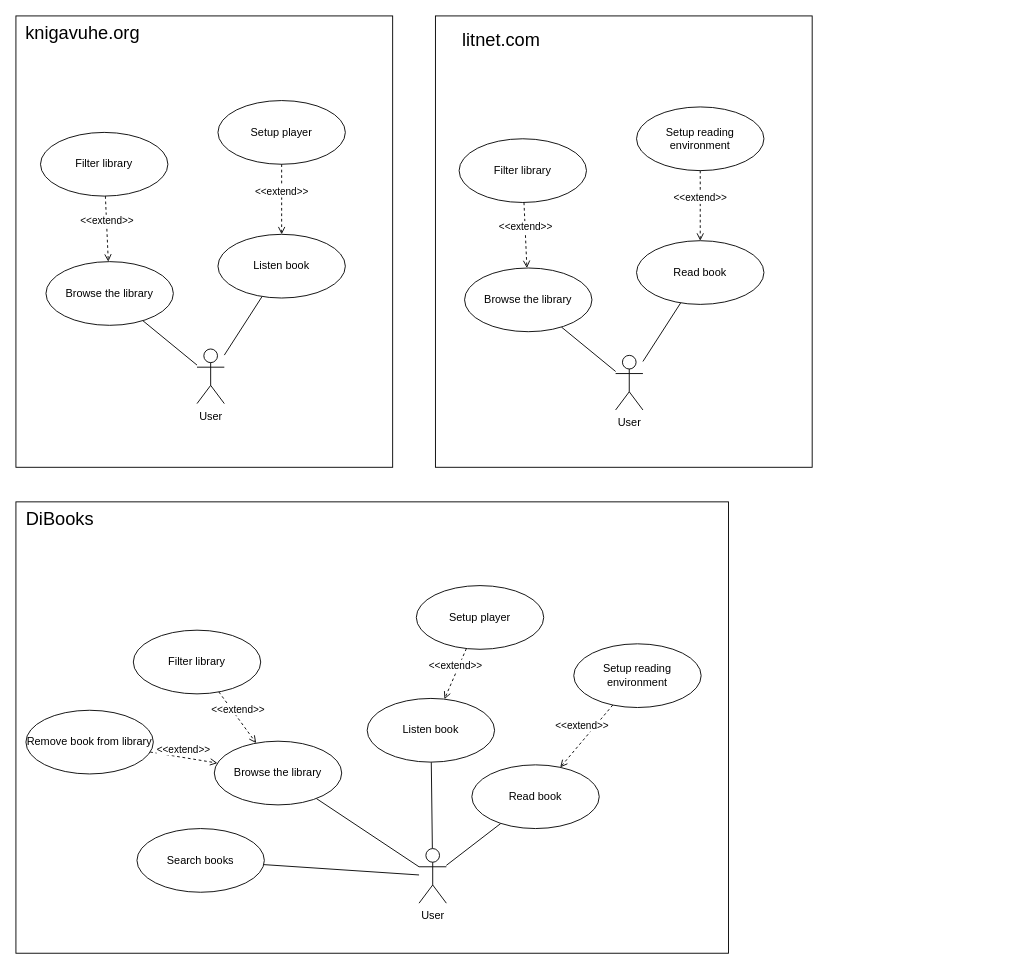
This is page "UseCases" (1 of 10) of lab4/lab4.drawio from YuumiEnjoyer/OOAP, a draw.io file, before an edit. Source tidied: cells renumbered, new cells numbered last; positions are measured from the earlier drawing's top-left corner, leaving out a move shared by most shapes. Both pictures are drawn from the tidied source at 91%, with x=0, y=0 at pixel (15, 15).
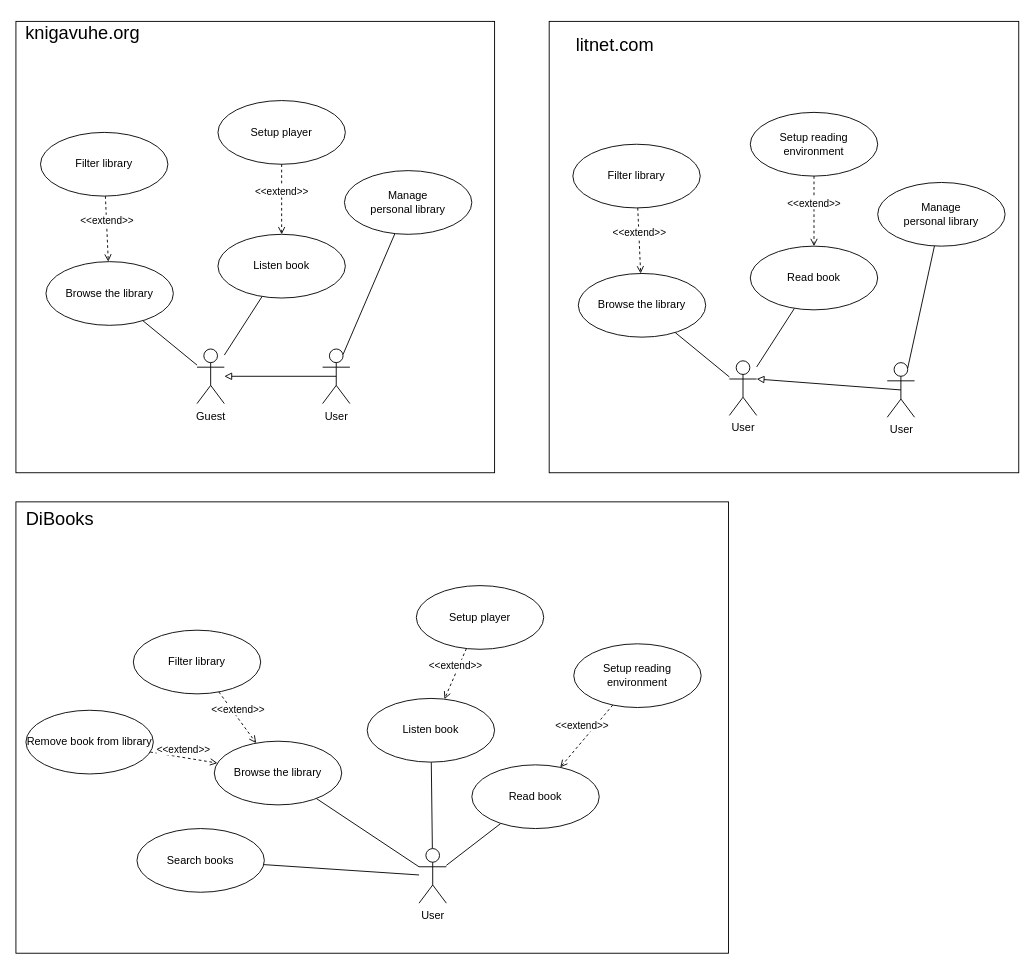
The same diagram, later.

Change to the diagram source:
```diff
@@
     <mxCell id="3" style="rounded=0;whiteSpace=wrap;html=1;fillColor=none;" parent="1" vertex="1">
-      <mxGeometry width="414" height="496" as="geometry" />
+      <mxGeometry y="6" width="526" height="496" as="geometry" />
     </mxCell>
@@
-    <mxCell id="6" value="User" style="shape=umlActor;verticalLabelPosition=bottom;verticalAlign=top;html=1;rounded=0;" parent="1" vertex="1">
+    <mxCell id="6" value="Guest" style="shape=umlActor;verticalLabelPosition=bottom;verticalAlign=top;html=1;rounded=0;" parent="1" vertex="1">
       <mxGeometry x="199" y="366" width="30" height="60" as="geometry" />
     </mxCell>
@@
     <mxCell id="32" style="rounded=0;whiteSpace=wrap;html=1;fillColor=none;" parent="1" vertex="1">
-      <mxGeometry x="461" width="414" height="496" as="geometry" />
+      <mxGeometry x="586" y="6" width="516" height="496" as="geometry" />
     </mxCell>
@@
     <mxCell id="35" value="User" style="shape=umlActor;verticalLabelPosition=bottom;verticalAlign=top;html=1;rounded=0;" parent="1" vertex="1">
-      <mxGeometry x="659" y="373" width="30" height="60" as="geometry" />
+      <mxGeometry x="784" y="379" width="30" height="60" as="geometry" />
     </mxCell>
     <mxCell id="36" value="Read book" style="ellipse;whiteSpace=wrap;html=1;rounded=0;" parent="1" vertex="1">
-      <mxGeometry x="682" y="247" width="140" height="70" as="geometry" />
+      <mxGeometry x="807" y="253" width="140" height="70" as="geometry" />
     </mxCell>
     <mxCell id="37" value="Browse the library" style="ellipse;whiteSpace=wrap;html=1;rounded=0;" parent="1" vertex="1">
-      <mxGeometry x="493" y="277" width="140" height="70" as="geometry" />
+      <mxGeometry x="618" y="283" width="140" height="70" as="geometry" />
     </mxCell>
     <mxCell id="38" value="Filter library" style="ellipse;whiteSpace=wrap;html=1;rounded=0;" parent="1" vertex="1">
-      <mxGeometry x="487" y="135" width="140" height="70" as="geometry" />
+      <mxGeometry x="612" y="141" width="140" height="70" as="geometry" />
     </mxCell>
@@
     <mxCell id="40" value="Setup reading environment" style="ellipse;whiteSpace=wrap;html=1;rounded=0;" parent="1" vertex="1">
-      <mxGeometry x="682" y="100" width="140" height="70" as="geometry" />
+      <mxGeometry x="807" y="106" width="140" height="70" as="geometry" />
     </mxCell>
@@
     <mxCell id="42" value="&lt;div&gt;&lt;span style=&quot;background-color: transparent; color: light-dark(rgb(0, 0, 0), rgb(255, 255, 255));&quot;&gt;litnet.com&lt;/span&gt;&lt;/div&gt;" style="text;html=1;align=center;verticalAlign=middle;strokeColor=none;fillColor=none;fontSize=20;" parent="1" vertex="1">
-      <mxGeometry x="481" y="7" width="104" height="36" as="geometry" />
+      <mxGeometry x="606" y="13" width="104" height="36" as="geometry" />
     </mxCell>
+    <mxCell id="43" value="User" style="shape=umlActor;verticalLabelPosition=bottom;verticalAlign=top;html=1;rounded=0;" parent="1" vertex="1">
+      <mxGeometry x="337" y="366" width="30" height="60" as="geometry" />
+    </mxCell>
+    <mxCell id="44" style="rounded=0;jettySize=auto;html=1;entryX=0.5;entryY=0.5;entryDx=0;entryDy=0;entryPerimeter=0;startArrow=block;startFill=0;endArrow=none;endFill=0;" parent="1" edge="1" source="6" target="43">
+      <mxGeometry relative="1" as="geometry" />
+    </mxCell>
+    <mxCell id="45" value="Manage&lt;div&gt;personal library&lt;/div&gt;" style="ellipse;whiteSpace=wrap;html=1;rounded=0;" parent="1" vertex="1">
+      <mxGeometry x="361" y="170" width="140" height="70" as="geometry" />
+    </mxCell>
+    <mxCell id="46" style="rounded=0;jettySize=auto;html=1;endArrow=none;endFill=0;exitX=0.75;exitY=0.1;exitDx=0;exitDy=0;exitPerimeter=0;" parent="1" edge="1" source="43" target="45">
+      <mxGeometry relative="1" as="geometry" />
+    </mxCell>
+    <mxCell id="47" value="User" style="shape=umlActor;verticalLabelPosition=bottom;verticalAlign=top;html=1;rounded=0;" parent="1" vertex="1">
+      <mxGeometry x="957.5" y="381" width="30" height="60" as="geometry" />
+    </mxCell>
+    <mxCell id="48" style="rounded=0;jettySize=auto;html=1;entryX=0.5;entryY=0.5;entryDx=0;entryDy=0;entryPerimeter=0;startArrow=block;startFill=0;endArrow=none;endFill=0;exitX=1;exitY=0.3333333333333333;exitDx=0;exitDy=0;exitPerimeter=0;" parent="1" edge="1" source="35" target="47">
+      <mxGeometry relative="1" as="geometry" />
+    </mxCell>
+    <mxCell id="49" value="Manage&lt;div&gt;personal library&lt;/div&gt;" style="ellipse;whiteSpace=wrap;html=1;rounded=0;" parent="1" vertex="1">
+      <mxGeometry x="947" y="183" width="140" height="70" as="geometry" />
+    </mxCell>
+    <mxCell id="50" style="rounded=0;jettySize=auto;html=1;endArrow=none;endFill=0;exitX=0.75;exitY=0.1;exitDx=0;exitDy=0;exitPerimeter=0;" parent="1" edge="1" source="47" target="49">
+      <mxGeometry relative="1" as="geometry" />
+    </mxCell>
```
